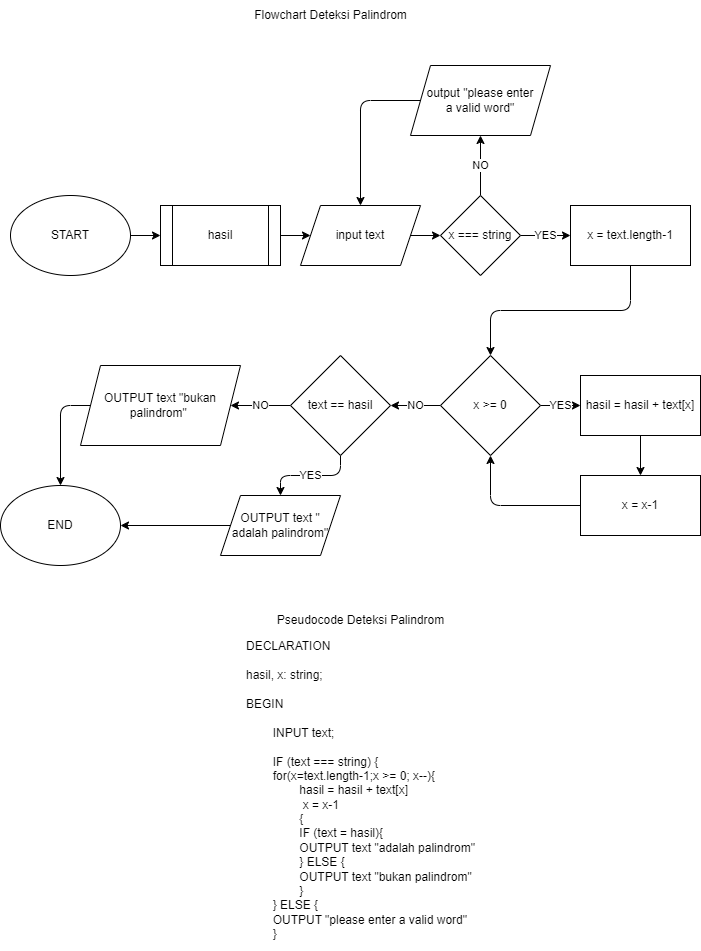
Before: 6-deteksi palindrom.png, a diagram exported from draw.io (patih1/fwg17-computer-science). Source tidied: cells renumbered, new cells last; positions are measured from the earlier drawing's top-left corner, leaving out a move shared by most shapes.
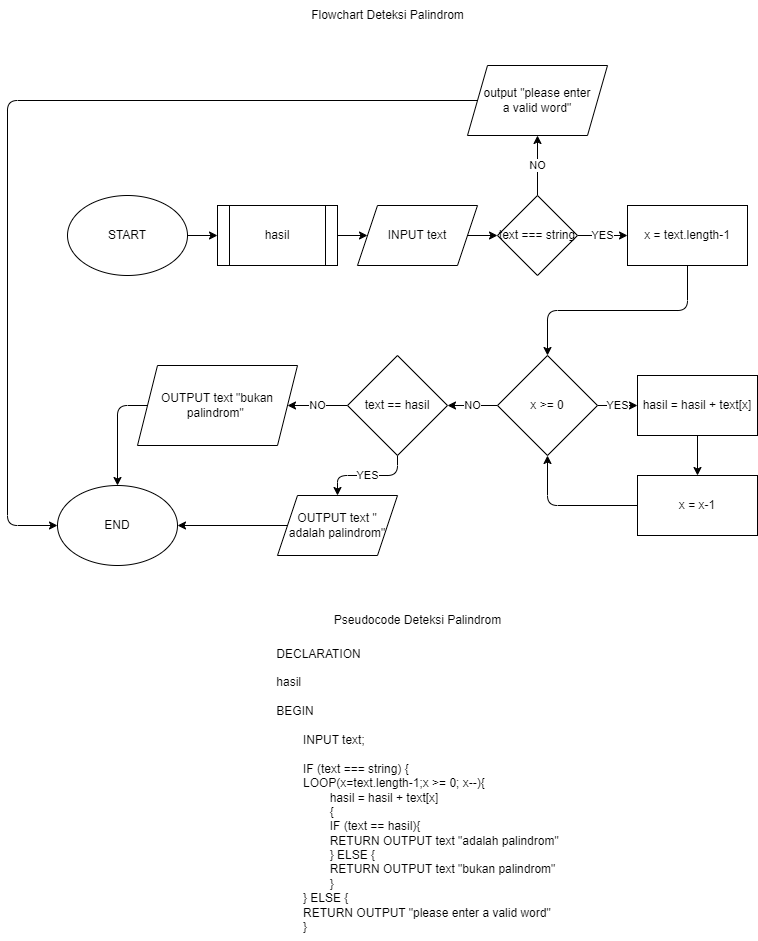
The same file after the commit.

The edit, as a diff of the source:
```diff
@@ -17,7 +17,7 @@
     <mxCell id="6" style="edgeStyle=none;html=1;" parent="1" edge="1" source="7" target="10">
       <mxGeometry relative="1" as="geometry" />
     </mxCell>
-    <mxCell id="7" value="input text" style="shape=parallelogram;perimeter=parallelogramPerimeter;whiteSpace=wrap;html=1;fixedSize=1;" parent="1" vertex="1">
+    <mxCell id="7" value="INPUT text" style="shape=parallelogram;perimeter=parallelogramPerimeter;whiteSpace=wrap;html=1;fixedSize=1;" parent="1" vertex="1">
       <mxGeometry x="300" y="205" width="120" height="60" as="geometry" />
     </mxCell>
     <mxCell id="8" value="YES" style="edgeStyle=none;html=1;" parent="1" edge="1" source="10" target="12">
@@ -26,7 +26,7 @@
     <mxCell id="9" value="NO" style="edgeStyle=none;html=1;" parent="1" edge="1" source="10" target="14">
       <mxGeometry relative="1" as="geometry" />
     </mxCell>
-    <mxCell id="10" value="x === string" style="rhombus;whiteSpace=wrap;html=1;" parent="1" vertex="1">
+    <mxCell id="10" value="text === string" style="rhombus;whiteSpace=wrap;html=1;" parent="1" vertex="1">
       <mxGeometry x="440" y="195" width="80" height="80" as="geometry" />
     </mxCell>
     <mxCell id="11" style="edgeStyle=orthogonalEdgeStyle;html=1;exitX=0.5;exitY=1;exitDx=0;exitDy=0;entryX=0.5;entryY=0;entryDx=0;entryDy=0;" parent="1" edge="1" source="12" target="17">
@@ -35,13 +35,14 @@
     <mxCell id="12" value="x = text.length-1" style="whiteSpace=wrap;html=1;" parent="1" vertex="1">
       <mxGeometry x="570" y="205" width="120" height="60" as="geometry" />
     </mxCell>
-    <mxCell id="13" style="edgeStyle=none;html=1;exitX=0;exitY=0.5;exitDx=0;exitDy=0;entryX=0.5;entryY=0;entryDx=0;entryDy=0;" parent="1" edge="1" source="14" target="7">
-      <mxGeometry relative="1" as="geometry">
-        <Array as="points">
-          <mxPoint x="360" y="100" />
-        </Array>
-      </mxGeometry>
-    </mxCell>
+    <mxCell id="33" style="edgeStyle=orthogonalEdgeStyle;html=1;exitX=0;exitY=0.5;exitDx=0;exitDy=0;entryX=0;entryY=0.5;entryDx=0;entryDy=0;" parent="1" edge="1" source="14" target="18">
+      <mxGeometry relative="1" as="geometry">
+        <Array as="points">
+          <mxPoint x="-50" y="100" />
+          <mxPoint x="-50" y="525" />
+        </Array>
+      </mxGeometry>
+    </mxCell>
     <mxCell id="14" value="output &quot;please enter&lt;br&gt;a valid word&quot;" style="shape=parallelogram;perimeter=parallelogramPerimeter;whiteSpace=wrap;html=1;fixedSize=1;" parent="1" vertex="1">
       <mxGeometry x="410" y="65" width="140" height="70" as="geometry" />
     </mxCell>
@@ -60,8 +61,8 @@
     <mxCell id="19" value="Flowchart Deteksi Palindrom" style="text;html=1;align=center;verticalAlign=middle;strokeColor=none;fillColor=none;" parent="1" vertex="1">
       <mxGeometry x="240" width="180" height="30" as="geometry" />
     </mxCell>
-    <mxCell id="20" value="&lt;div style=&quot;text-align: left;&quot;&gt;&lt;span style=&quot;background-color: initial;&quot;&gt;DECLARATION&lt;/span&gt;&lt;/div&gt;&lt;div style=&quot;text-align: left;&quot;&gt;&lt;span style=&quot;background-color: initial;&quot;&gt;&lt;br&gt;&lt;/span&gt;&lt;/div&gt;&lt;div style=&quot;text-align: left;&quot;&gt;&lt;span style=&quot;background-color: initial;&quot;&gt;hasil, x: string;&lt;/span&gt;&lt;/div&gt;&lt;div style=&quot;text-align: left;&quot;&gt;&lt;span style=&quot;background-color: initial;&quot;&gt;&lt;br&gt;&lt;/span&gt;&lt;/div&gt;&lt;div style=&quot;text-align: left;&quot;&gt;&lt;span style=&quot;background-color: initial;&quot;&gt;BEGIN&lt;/span&gt;&lt;/div&gt;&lt;div style=&quot;text-align: left;&quot;&gt;&lt;span style=&quot;background-color: initial;&quot;&gt;&lt;br&gt;&lt;/span&gt;&lt;/div&gt;&lt;div style=&quot;text-align: left;&quot;&gt;&lt;span style=&quot;background-color: initial;&quot;&gt;&lt;span style=&quot;white-space: pre;&quot;&gt;&#9;&lt;/span&gt;INPUT text;&lt;br&gt;&lt;/span&gt;&lt;/div&gt;&lt;div style=&quot;text-align: left;&quot;&gt;&lt;span style=&quot;background-color: initial;&quot;&gt;&lt;br&gt;&lt;/span&gt;&lt;/div&gt;&lt;div style=&quot;text-align: left;&quot;&gt;&lt;span style=&quot;background-color: initial;&quot;&gt;&lt;span style=&quot;white-space: pre;&quot;&gt;&#9;&lt;/span&gt;IF (text === string) {&lt;/span&gt;&lt;/div&gt;&lt;div style=&quot;text-align: left;&quot;&gt;&lt;span style=&quot;background-color: initial;&quot;&gt;&lt;span style=&quot;white-space: pre;&quot;&gt;&#9;&lt;/span&gt;for(x=text.length-1;x &amp;gt;= 0; x--){&lt;/span&gt;&lt;/div&gt;&lt;div style=&quot;text-align: left;&quot;&gt;&lt;span style=&quot;background-color: initial;&quot;&gt;&lt;span style=&quot;white-space: pre;&quot;&gt;&#9;&lt;/span&gt;&lt;span style=&quot;white-space: pre;&quot;&gt;&#9;&lt;/span&gt;hasil = hasil + text[x]&lt;br&gt;&lt;/span&gt;&lt;/div&gt;&lt;div style=&quot;text-align: left;&quot;&gt;&lt;span style=&quot;background-color: initial;&quot;&gt;&lt;span style=&quot;white-space: pre;&quot;&gt;&#9;&lt;span style=&quot;white-space: pre;&quot;&gt;&#9;&lt;/span&gt; &lt;/span&gt;x = x-1&lt;span style=&quot;white-space: pre;&quot;&gt;&#9;&lt;/span&gt;&lt;br&gt;&lt;/span&gt;&lt;/div&gt;&lt;div style=&quot;text-align: left;&quot;&gt;&lt;span style=&quot;background-color: initial;&quot;&gt;&lt;span style=&quot;white-space: pre;&quot;&gt;&#9;&lt;/span&gt;&lt;span style=&quot;white-space: pre;&quot;&gt;&#9;&lt;/span&gt;{&lt;/span&gt;&lt;/div&gt;&lt;div style=&quot;text-align: left;&quot;&gt;&lt;span style=&quot;background-color: initial;&quot;&gt;&lt;span style=&quot;white-space: pre;&quot;&gt;&#9;&lt;/span&gt;&lt;span style=&quot;white-space: pre;&quot;&gt;&#9;&lt;/span&gt;IF (text = hasil){&lt;br&gt;&lt;/span&gt;&lt;/div&gt;&lt;div style=&quot;text-align: left;&quot;&gt;&lt;span style=&quot;background-color: initial;&quot;&gt;&lt;span style=&quot;white-space: pre;&quot;&gt;&#9;&lt;/span&gt;&lt;span style=&quot;white-space: pre;&quot;&gt;&#9;&lt;/span&gt;OUTPUT text &quot;adalah palindrom&quot;&lt;br&gt;&lt;/span&gt;&lt;/div&gt;&lt;div style=&quot;text-align: left;&quot;&gt;&lt;span style=&quot;background-color: initial;&quot;&gt;&lt;span style=&quot;white-space: pre;&quot;&gt;&#9;&lt;/span&gt;&lt;span style=&quot;white-space: pre;&quot;&gt;&#9;&lt;/span&gt;} ELSE {&lt;br&gt;&lt;/span&gt;&lt;/div&gt;&lt;div style=&quot;text-align: left;&quot;&gt;&lt;span style=&quot;background-color: initial;&quot;&gt;&lt;span style=&quot;white-space: pre;&quot;&gt;&#9;&lt;/span&gt;&lt;span style=&quot;white-space: pre;&quot;&gt;&#9;&lt;/span&gt;OUTPUT text &quot;bukan palindrom&quot;&lt;br&gt;&lt;/span&gt;&lt;/div&gt;&lt;div style=&quot;text-align: left;&quot;&gt;&lt;span style=&quot;background-color: initial;&quot;&gt;&lt;span style=&quot;white-space: pre;&quot;&gt;&#9;&lt;/span&gt;&lt;span style=&quot;white-space: pre;&quot;&gt;&#9;&lt;/span&gt;}&lt;br&gt;&lt;/span&gt;&lt;/div&gt;&lt;div style=&quot;text-align: left;&quot;&gt;&lt;span style=&quot;background-color: initial;&quot;&gt;&lt;span style=&quot;white-space: pre;&quot;&gt;&#9;&lt;/span&gt;} ELSE {&lt;br&gt;&lt;/span&gt;&lt;/div&gt;&lt;div style=&quot;text-align: left;&quot;&gt;&lt;span style=&quot;background-color: initial;&quot;&gt;&lt;span style=&quot;white-space: pre;&quot;&gt;&#9;&lt;/span&gt;OUTPUT &quot;please enter a valid word&quot;&lt;br&gt;&lt;/span&gt;&lt;/div&gt;&lt;div style=&quot;text-align: left;&quot;&gt;&lt;span style=&quot;background-color: initial;&quot;&gt;&lt;span style=&quot;white-space: pre;&quot;&gt;&#9;&lt;/span&gt;}&lt;br&gt;&lt;/span&gt;&lt;/div&gt;" style="text;html=1;align=center;verticalAlign=middle;strokeColor=none;fillColor=none;" parent="1" vertex="1">
-      <mxGeometry x="235" y="630" width="250" height="320" as="geometry" />
+    <mxCell id="20" value="&lt;div style=&quot;text-align: left;&quot;&gt;&lt;span style=&quot;background-color: initial;&quot;&gt;DECLARATION&lt;/span&gt;&lt;/div&gt;&lt;div style=&quot;text-align: left;&quot;&gt;&lt;span style=&quot;background-color: initial;&quot;&gt;&lt;br&gt;&lt;/span&gt;&lt;/div&gt;&lt;div style=&quot;text-align: left;&quot;&gt;&lt;span style=&quot;background-color: initial;&quot;&gt;hasil&lt;/span&gt;&lt;/div&gt;&lt;div style=&quot;text-align: left;&quot;&gt;&lt;span style=&quot;background-color: initial;&quot;&gt;&lt;br&gt;&lt;/span&gt;&lt;/div&gt;&lt;div style=&quot;text-align: left;&quot;&gt;&lt;span style=&quot;background-color: initial;&quot;&gt;BEGIN&lt;/span&gt;&lt;/div&gt;&lt;div style=&quot;text-align: left;&quot;&gt;&lt;span style=&quot;background-color: initial;&quot;&gt;&lt;br&gt;&lt;/span&gt;&lt;/div&gt;&lt;div style=&quot;text-align: left;&quot;&gt;&lt;span style=&quot;background-color: initial;&quot;&gt;&lt;span style=&quot;white-space: pre;&quot;&gt;&#9;&lt;/span&gt;INPUT text;&lt;br&gt;&lt;/span&gt;&lt;/div&gt;&lt;div style=&quot;text-align: left;&quot;&gt;&lt;span style=&quot;background-color: initial;&quot;&gt;&lt;br&gt;&lt;/span&gt;&lt;/div&gt;&lt;div style=&quot;text-align: left;&quot;&gt;&lt;span style=&quot;background-color: initial;&quot;&gt;&lt;span style=&quot;white-space: pre;&quot;&gt;&#9;&lt;/span&gt;IF (text === string) {&lt;/span&gt;&lt;/div&gt;&lt;div style=&quot;text-align: left;&quot;&gt;&lt;span style=&quot;background-color: initial;&quot;&gt;&lt;span style=&quot;white-space: pre;&quot;&gt;&#9;&lt;/span&gt;LOOP(x=text.length-1;x &amp;gt;= 0; x--){&lt;/span&gt;&lt;/div&gt;&lt;div style=&quot;text-align: left;&quot;&gt;&lt;span style=&quot;background-color: initial;&quot;&gt;&lt;span style=&quot;white-space: pre;&quot;&gt;&#9;&lt;/span&gt;&lt;span style=&quot;white-space: pre;&quot;&gt;&#9;&lt;/span&gt;hasil = hasil + text[x]&lt;/span&gt;&lt;/div&gt;&lt;div style=&quot;text-align: left;&quot;&gt;&lt;span style=&quot;background-color: initial;&quot;&gt;&lt;span style=&quot;white-space: pre;&quot;&gt;&#9;&lt;/span&gt;&lt;span style=&quot;white-space: pre;&quot;&gt;&#9;&lt;/span&gt;{&lt;/span&gt;&lt;/div&gt;&lt;div style=&quot;text-align: left;&quot;&gt;&lt;span style=&quot;background-color: initial;&quot;&gt;&lt;span style=&quot;white-space: pre;&quot;&gt;&#9;&lt;/span&gt;&lt;span style=&quot;white-space: pre;&quot;&gt;&#9;&lt;/span&gt;IF (text == hasil){&lt;br&gt;&lt;/span&gt;&lt;/div&gt;&lt;div style=&quot;text-align: left;&quot;&gt;&lt;span style=&quot;background-color: initial;&quot;&gt;&lt;span style=&quot;white-space: pre;&quot;&gt;&#9;&lt;/span&gt;&lt;span style=&quot;white-space: pre;&quot;&gt;&#9;&lt;/span&gt;RETURN OUTPUT text &quot;adalah palindrom&quot;&lt;br&gt;&lt;/span&gt;&lt;/div&gt;&lt;div style=&quot;text-align: left;&quot;&gt;&lt;span style=&quot;background-color: initial;&quot;&gt;&lt;span style=&quot;white-space: pre;&quot;&gt;&#9;&lt;/span&gt;&lt;span style=&quot;white-space: pre;&quot;&gt;&#9;&lt;/span&gt;} ELSE {&lt;br&gt;&lt;/span&gt;&lt;/div&gt;&lt;div style=&quot;text-align: left;&quot;&gt;&lt;span style=&quot;background-color: initial;&quot;&gt;&lt;span style=&quot;white-space: pre;&quot;&gt;&#9;&lt;/span&gt;&lt;span style=&quot;white-space: pre;&quot;&gt;&#9;&lt;/span&gt;RETURN OUTPUT text &quot;bukan palindrom&quot;&lt;br&gt;&lt;/span&gt;&lt;/div&gt;&lt;div style=&quot;text-align: left;&quot;&gt;&lt;span style=&quot;background-color: initial;&quot;&gt;&lt;span style=&quot;white-space: pre;&quot;&gt;&#9;&lt;/span&gt;&lt;span style=&quot;white-space: pre;&quot;&gt;&#9;&lt;/span&gt;}&lt;br&gt;&lt;/span&gt;&lt;/div&gt;&lt;div style=&quot;text-align: left;&quot;&gt;&lt;span style=&quot;background-color: initial;&quot;&gt;&lt;span style=&quot;white-space: pre;&quot;&gt;&#9;&lt;/span&gt;} ELSE {&lt;br&gt;&lt;/span&gt;&lt;/div&gt;&lt;div style=&quot;text-align: left;&quot;&gt;&lt;span style=&quot;background-color: initial;&quot;&gt;&lt;span style=&quot;white-space: pre;&quot;&gt;&#9;&lt;/span&gt;RETURN OUTPUT &quot;please enter a valid word&quot;&lt;br&gt;&lt;/span&gt;&lt;/div&gt;&lt;div style=&quot;text-align: left;&quot;&gt;&lt;span style=&quot;background-color: initial;&quot;&gt;&lt;span style=&quot;white-space: pre;&quot;&gt;&#9;&lt;/span&gt;}&lt;br&gt;&lt;/span&gt;&lt;/div&gt;" style="text;html=1;align=center;verticalAlign=middle;strokeColor=none;fillColor=none;" parent="1" vertex="1">
+      <mxGeometry x="205" y="640" width="310" height="300" as="geometry" />
     </mxCell>
     <mxCell id="21" value="Pseudocode Deteksi Palindrom" style="text;html=1;align=center;verticalAlign=middle;strokeColor=none;fillColor=none;" parent="1" vertex="1">
       <mxGeometry x="265" y="605" width="190" height="30" as="geometry" />
```
